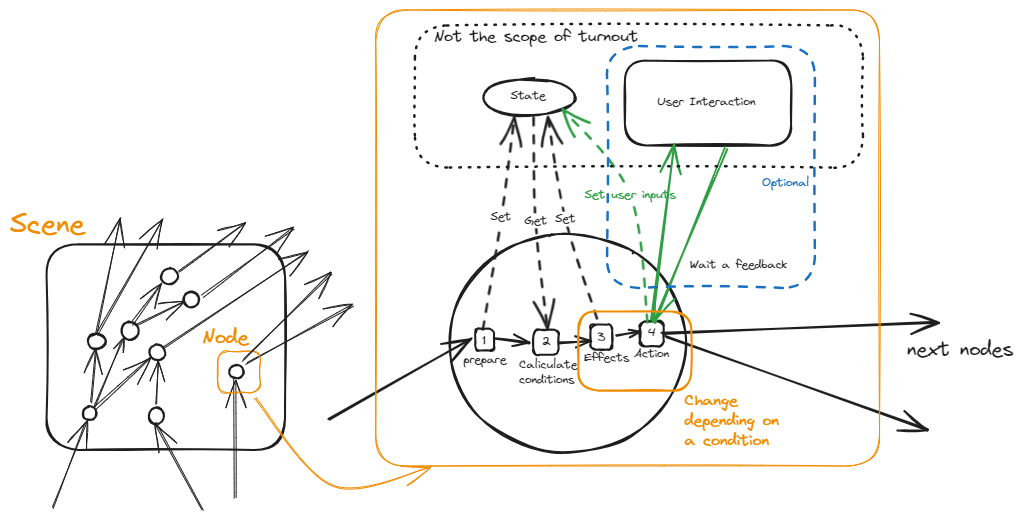
Before: src/ARCHITECTURE/knot.excalidraw.png, a diagram exported from Excalidraw (kozmof/turnout). Source tidied: one line per element, renumbered; positions are measured from the earlier drawing's top-left corner, leaving out a move shared by most shapes. Source of this version:
```json
{"id": 0, "type": "rectangle", "strokeColor": "#1e1e1e", "strokeWidth": 2, "roughness": 1, "round": true, "x": 37, "y": 234, "width": 238, "height": 206}
{"id": 1, "type": "text", "text": "Scene", "strokeColor": "#f08c00", "strokeWidth": 2, "roughness": 1, "fontSize": 28, "fontFamily": 1, "x": 0, "y": 197, "width": 75, "height": 35}
{"id": 2, "type": "ellipse", "strokeColor": "#1e1e1e", "strokeWidth": 2, "roughness": 1, "round": true, "x": 73, "y": 396, "width": 14, "height": 14}
{"id": 3, "type": "arrow", "strokeColor": "#1e1e1e", "strokeWidth": 1, "roughness": 1, "endArrowhead": "arrow", "round": true, "to": 2, "x": 42, "y": 499, "width": 35, "height": 88, "points": [[0, 0], [35, -88]]}
{"id": 4, "type": "arrow", "strokeColor": "#1e1e1e", "strokeWidth": 1, "roughness": 1, "endArrowhead": "arrow", "round": true, "from": 2, "to": 7, "x": 81, "y": 393, "width": 5, "height": 54, "points": [[0, 0], [5, -54]]}
{"id": 5, "type": "arrow", "strokeColor": "#1e1e1e", "strokeWidth": 1, "roughness": 1, "endArrowhead": "arrow", "round": true, "from": 2, "to": 8, "x": 84, "y": 396, "width": 29, "height": 67, "points": [[0, 0], [17, -38], [29, -67]]}
{"id": 6, "type": "arrow", "strokeColor": "#1e1e1e", "strokeWidth": 1, "roughness": 1, "endArrowhead": "arrow", "round": true, "from": 2, "x": 85, "y": 398, "width": 55, "height": 51, "points": [[0, 0], [55, -51]]}
{"id": 7, "type": "ellipse", "strokeColor": "#1e1e1e", "strokeWidth": 2, "roughness": 1, "round": true, "x": 78, "y": 324, "width": 18, "height": 16}
{"id": 8, "type": "ellipse", "strokeColor": "#1e1e1e", "strokeWidth": 2, "roughness": 1, "round": true, "x": 112, "y": 312, "width": 17, "height": 18}
{"id": 9, "type": "ellipse", "strokeColor": "#1e1e1e", "strokeWidth": 2, "roughness": 1, "round": true, "x": 139, "y": 334, "width": 16, "height": 16}
{"id": 10, "type": "arrow", "strokeColor": "#1e1e1e", "strokeWidth": 1, "roughness": 1, "endArrowhead": "arrow", "round": true, "from": 7, "to": 0, "x": 87, "y": 324, "width": 24, "height": 116, "points": [[0, 0], [24, -116]]}
{"id": 11, "type": "arrow", "strokeColor": "#1e1e1e", "strokeWidth": 1, "roughness": 1, "endArrowhead": "arrow", "round": true, "to": 0, "x": 88, "y": 326, "width": 65, "height": 117, "points": [[0, 0], [65, -117]]}
{"id": 12, "type": "arrow", "strokeColor": "#1e1e1e", "strokeWidth": 1, "roughness": 1, "endArrowhead": "arrow", "round": true, "to": 14, "x": 121, "y": 314, "width": 31, "height": 41, "points": [[0, 0], [31, -41]]}
{"id": 13, "type": "arrow", "strokeColor": "#1e1e1e", "strokeWidth": 1, "roughness": 1, "endArrowhead": "arrow", "round": true, "to": 16, "x": 126, "y": 316, "width": 48, "height": 24, "points": [[0, 0], [48, -24]]}
{"id": 14, "type": "ellipse", "strokeColor": "#1e1e1e", "strokeWidth": 2, "roughness": 1, "round": true, "x": 151, "y": 258, "width": 17, "height": 16}
{"id": 15, "type": "arrow", "strokeColor": "#1e1e1e", "strokeWidth": 1, "roughness": 1, "endArrowhead": "arrow", "round": true, "from": 14, "x": 168, "y": 262, "width": 67, "height": 48, "points": [[0, 0], [67, -48]]}
{"id": 16, "type": "ellipse", "strokeColor": "#1e1e1e", "strokeWidth": 2, "roughness": 1, "round": true, "x": 174, "y": 282, "width": 15, "height": 16}
{"id": 17, "type": "arrow", "strokeColor": "#1e1e1e", "strokeWidth": 1, "roughness": 1, "endArrowhead": "arrow", "round": true, "from": 16, "x": 191, "y": 286, "width": 93, "height": 67, "points": [[0, 0], [93, -67]]}
{"id": 18, "type": "arrow", "strokeColor": "#1e1e1e", "strokeWidth": 1, "roughness": 1, "endArrowhead": "arrow", "round": true, "to": 0, "x": 153, "y": 338, "width": 145, "height": 98, "points": [[0, 0], [145, -98]]}
{"id": 19, "type": "ellipse", "strokeColor": "#1e1e1e", "strokeWidth": 2, "roughness": 1, "round": true, "x": 139, "y": 398, "width": 15, "height": 17}
{"id": 20, "type": "arrow", "strokeColor": "#1e1e1e", "strokeWidth": 1, "roughness": 1, "endArrowhead": "arrow", "round": true, "x": 193, "y": 500, "width": 47, "height": 87, "points": [[0, 0], [-47, -87]]}
{"id": 21, "type": "arrow", "strokeColor": "#1e1e1e", "strokeWidth": 1, "roughness": 1, "endArrowhead": "arrow", "round": true, "from": 19, "to": 9, "x": 146, "y": 395, "width": 2, "height": 44, "points": [[0, 0], [2, -44]]}
{"id": 22, "type": "ellipse", "strokeColor": "#1e1e1e", "strokeWidth": 2, "roughness": 1, "round": true, "x": 219, "y": 355, "width": 15, "height": 13}
{"id": 23, "type": "arrow", "strokeColor": "#1e1e1e", "strokeWidth": 1, "roughness": 1, "endArrowhead": "arrow", "round": true, "to": 22, "x": 225, "y": 488, "width": 0, "height": 118, "points": [[0, 0], [0, -118]]}
{"id": 24, "type": "arrow", "strokeColor": "#1e1e1e", "strokeWidth": 1, "roughness": 1, "endArrowhead": "arrow", "round": true, "from": 22, "to": 64, "x": 237, "y": 354, "width": 107, "height": 58, "points": [[0, 0], [107, -58]]}
{"id": 25, "type": "ellipse", "strokeColor": "#1e1e1e", "strokeWidth": 2, "roughness": 1, "round": true, "x": 439, "y": 224, "width": 237, "height": 219}
{"id": 26, "type": "arrow", "strokeColor": "#1e1e1e", "strokeWidth": 2, "roughness": 1, "endArrowhead": "arrow", "round": true, "to": 40, "x": 319, "y": 409, "width": 142, "height": 80, "points": [[0, 0], [142, -80]]}
{"id": 27, "type": "rectangle", "strokeColor": "#1e1e1e", "strokeWidth": 2, "roughness": 1, "round": true, "x": 465, "y": 319, "width": 19, "height": 22}
{"id": 28, "type": "ellipse", "strokeColor": "#1e1e1e", "strokeWidth": 2, "roughness": 1, "round": true, "x": 472, "y": 69, "width": 92, "height": 37}
{"id": 29, "type": "text", "text": "State", "strokeColor": "#1e1e1e", "strokeWidth": 2, "roughness": 1, "fontSize": 11.92, "fontFamily": 1, "x": 500, "y": 79, "width": 35, "height": 15}
{"id": 30, "type": "arrow", "strokeColor": "#1e1e1e", "strokeWidth": 2, "strokeStyle": "dashed", "roughness": 1, "endArrowhead": "arrow", "round": true, "from": 40, "to": 29, "x": 472, "y": 318, "width": 31, "height": 211, "points": [[0, 0], [18, -110], [31, -211]]}
{"id": 31, "type": "text", "text": "Set", "strokeColor": "#1e1e1e", "strokeWidth": 2, "strokeStyle": "dashed", "roughness": 1, "fontSize": 11.92, "fontFamily": 1, "textAlign": "center", "verticalAlign": "middle", "inside": 30, "x": 776, "y": 352, "width": 21, "height": 15}
{"id": 32, "type": "text", "text": "prepare", "strokeColor": "#1e1e1e", "strokeWidth": 2, "roughness": 1, "fontSize": 11.92, "fontFamily": 1, "x": 453, "y": 343, "width": 43, "height": 15}
{"id": 33, "type": "arrow", "strokeColor": "#1e1e1e", "strokeWidth": 2, "roughness": 1, "endArrowhead": "arrow", "round": true, "from": 40, "to": 38, "x": 485, "y": 329, "width": 34, "height": 5, "points": [[0, 0], [34, 5]]}
{"id": 34, "type": "text", "text": "Caliculate\nconditions", "strokeColor": "#1e1e1e", "strokeWidth": 2, "roughness": 1, "fontSize": 11.92, "fontFamily": 1, "x": 509, "y": 348, "width": 58, "height": 30}
{"id": 35, "type": "arrow", "strokeColor": "#1e1e1e", "strokeWidth": 2, "strokeStyle": "dashed", "roughness": 1, "endArrowhead": "arrow", "round": true, "from": 29, "x": 524, "y": 108, "width": 15, "height": 213, "points": [[0, 0], [1, 103], [15, 213]]}
{"id": 36, "type": "text", "text": "Get", "strokeColor": "#1e1e1e", "strokeWidth": 2, "strokeStyle": "dashed", "roughness": 1, "fontSize": 11.92, "fontFamily": 1, "textAlign": "center", "verticalAlign": "middle", "inside": 35, "x": 844, "y": 360, "width": 23, "height": 15}
{"id": 37, "type": "arrow", "strokeColor": "#1e1e1e", "strokeWidth": 2, "roughness": 1, "endArrowhead": "arrow", "round": true, "from": 68, "to": 43, "x": 549, "y": 333, "width": 32, "height": 1, "points": [[0, 0], [32, -1]]}
{"id": 38, "type": "rectangle", "strokeColor": "#1e1e1e", "strokeWidth": 2, "roughness": 1, "round": true, "x": 523, "y": 320, "width": 25, "height": 25}
{"id": 39, "type": "text", "text": "2", "strokeColor": "#1e1e1e", "strokeWidth": 2, "roughness": 1, "fontSize": 11.92, "fontFamily": 1, "textAlign": "center", "verticalAlign": "middle", "inside": 38, "x": 532, "y": 325, "width": 8, "height": 15}
{"id": 40, "type": "text", "text": "1", "strokeColor": "#1e1e1e", "strokeWidth": 2, "roughness": 1, "fontSize": 11.92, "fontFamily": 1, "x": 472, "y": 324, "width": 3, "height": 15}
{"id": 41, "type": "rectangle", "strokeColor": "#1e1e1e", "strokeWidth": 2, "roughness": 1, "round": true, "x": 581, "y": 315, "width": 22, "height": 25}
{"id": 42, "type": "text", "text": "3", "strokeColor": "#1e1e1e", "strokeWidth": 2, "strokeStyle": "dashed", "roughness": 1, "fontSize": 11.92, "fontFamily": 1, "textAlign": "center", "verticalAlign": "middle", "inside": 41, "x": 587, "y": 320, "width": 8, "height": 15}
{"id": 43, "type": "text", "text": "Effects", "strokeColor": "#1e1e1e", "strokeWidth": 2, "roughness": 1, "fontSize": 11.92, "fontFamily": 1, "x": 574, "y": 341, "width": 45, "height": 15}
{"id": 44, "type": "arrow", "strokeColor": "#1e1e1e", "strokeWidth": 2, "strokeStyle": "dashed", "roughness": 1, "endArrowhead": "arrow", "round": true, "from": 60, "to": 29, "x": 588, "y": 310, "width": 50, "height": 202, "points": [[0, 0], [-33, -101], [-50, -202]]}
{"id": 45, "type": "text", "text": "Set", "strokeColor": "#1e1e1e", "strokeWidth": 2, "strokeStyle": "dashed", "roughness": 1, "fontSize": 11.92, "fontFamily": 1, "textAlign": "center", "verticalAlign": "middle", "inside": 44, "x": 898, "y": 342, "width": 21, "height": 15}
{"id": 46, "type": "rectangle", "strokeColor": "#1e1e1e", "strokeWidth": 2, "roughness": 1, "round": true, "x": 615, "y": 51, "width": 166, "height": 85}
{"id": 47, "type": "text", "text": "User Interaction", "strokeColor": "#1e1e1e", "strokeWidth": 2, "roughness": 1, "fontSize": 11.92, "fontFamily": 1, "x": 647, "y": 85, "width": 99, "height": 15}
{"id": 48, "type": "rectangle", "strokeColor": "#1e1e1e", "strokeWidth": 2, "roughness": 1, "round": true, "x": 630, "y": 311, "width": 24, "height": 25}
{"id": 49, "type": "text", "text": "4", "strokeColor": "#1e1e1e", "strokeWidth": 2, "roughness": 1, "fontSize": 11.92, "fontFamily": 1, "textAlign": "center", "verticalAlign": "middle", "inside": 48, "x": 638, "y": 316, "width": 8, "height": 15}
{"id": 50, "type": "arrow", "strokeColor": "#1e1e1e", "strokeWidth": 2, "roughness": 1, "endArrowhead": "arrow", "round": true, "from": 43, "to": 51, "x": 607, "y": 326, "width": 22, "height": 4, "points": [[0, 0], [22, -4]]}
{"id": 51, "type": "text", "text": "Action", "strokeColor": "#1e1e1e", "strokeWidth": 2, "roughness": 1, "fontSize": 11.92, "fontFamily": 1, "x": 624, "y": 337, "width": 35, "height": 15}
{"id": 52, "type": "arrow", "strokeColor": "#1e1e1e", "strokeWidth": 2, "roughness": 1, "endArrowhead": "arrow", "round": true, "from": 51, "to": 54, "x": 653, "y": 324, "width": 274, "height": 12, "points": [[0, 0], [274, -12]]}
{"id": 53, "type": "arrow", "strokeColor": "#1e1e1e", "strokeWidth": 2, "roughness": 1, "endArrowhead": "arrow", "round": true, "from": 51, "x": 656, "y": 328, "width": 261, "height": 92, "points": [[0, 0], [261, 92]]}
{"id": 54, "type": "text", "text": "next nodes", "strokeColor": "#1e1e1e", "strokeWidth": 2, "roughness": 1, "fontSize": 20, "fontFamily": 1, "x": 897, "y": 327, "width": 106, "height": 25}
{"id": 55, "type": "arrow", "strokeColor": "#2f9e44", "strokeWidth": 2, "roughness": 1, "endArrowhead": "arrow", "round": true, "from": 48, "x": 642, "y": 311, "width": 21, "height": 176, "points": [[0, 0], [21, -176]]}
{"id": 56, "type": "arrow", "strokeColor": "#2f9e44", "strokeWidth": 2, "roughness": 1, "endArrowhead": "arrow", "round": true, "from": 46, "x": 715, "y": 138, "width": 70, "height": 175, "points": [[0, 0], [-70, 175]]}
{"id": 57, "type": "arrow", "strokeColor": "#2f9e44", "strokeWidth": 2, "strokeStyle": "dashed", "roughness": 1, "endArrowhead": "arrow", "round": true, "x": 637, "y": 314, "width": 85, "height": 215, "points": [[0, 0], [-17, -129], [-85, -215]]}
{"id": 58, "type": "text", "text": "Set user inputs", "strokeColor": "#2f9e44", "strokeWidth": 2, "strokeStyle": "dashed", "roughness": 1, "fontSize": 11.92, "fontFamily": 1, "textAlign": "center", "verticalAlign": "middle", "inside": 57, "x": 934, "y": 327, "width": 91, "height": 15}
{"id": 59, "type": "text", "text": "Wait a feedback", "strokeColor": "#1e1e1e", "strokeWidth": 2, "strokeStyle": "dashed", "roughness": 1, "fontSize": 11.92, "fontFamily": 1, "x": 680, "y": 248, "width": 97, "height": 15}
{"id": 60, "type": "rectangle", "strokeColor": "#1971c2", "strokeWidth": 2, "strokeStyle": "dashed", "roughness": 1, "round": true, "x": 597, "y": 36, "width": 208, "height": 242}
{"id": 61, "type": "text", "text": "Optional", "strokeColor": "#1971c2", "strokeWidth": 2, "strokeStyle": "dashed", "roughness": 1, "fontSize": 11.92, "fontFamily": 1, "x": 752, "y": 166, "width": 47, "height": 15}
{"id": 62, "type": "rectangle", "strokeColor": "#f08c00", "strokeWidth": 1, "roughness": 1, "round": true, "x": 208, "y": 341, "width": 43, "height": 42}
{"id": 63, "type": "arrow", "strokeColor": "#f08c00", "strokeWidth": 1, "roughness": 1, "endArrowhead": "arrow", "round": true, "from": 62, "to": 64, "x": 245, "y": 387, "width": 177, "height": 88, "points": [[0, 0], [78, 88], [177, 71]]}
{"id": 64, "type": "rectangle", "strokeColor": "#f08c00", "strokeWidth": 1, "roughness": 1, "round": true, "x": 366, "y": 0, "width": 504, "height": 456}
{"id": 65, "type": "arrow", "strokeColor": "#1e1e1e", "strokeWidth": 1, "roughness": 1, "endArrowhead": "arrow", "round": true, "from": 22, "x": 232, "y": 350, "width": 90, "height": 86, "points": [[0, 0], [90, -86]]}
{"id": 66, "type": "rectangle", "strokeColor": "#1e1e1e", "strokeWidth": 2, "strokeStyle": "dotted", "roughness": 1, "round": true, "x": 405, "y": 15, "width": 448, "height": 142}
{"id": 67, "type": "text", "text": "Not the scope of turnout", "strokeColor": "#1e1e1e", "strokeWidth": 2, "strokeStyle": "dotted", "roughness": 1, "fontSize": 16, "fontFamily": 1, "x": 424, "y": 17, "width": 204, "height": 20}
{"id": 68, "type": "rectangle", "strokeColor": "#f08c00", "strokeWidth": 2, "roughness": 1, "round": true, "x": 568, "y": 302, "width": 113, "height": 79}
{"id": 69, "type": "text", "text": "Change\ndepending on\na condition\n", "strokeColor": "#f08c00", "strokeWidth": 2, "roughness": 1, "fontSize": 16, "fontFamily": 1, "x": 674, "y": 381, "width": 94, "height": 80}
{"id": 70, "type": "text", "text": "Node", "strokeColor": "#f08c00", "strokeWidth": 2, "roughness": 1, "fontSize": 20, "fontFamily": 1, "x": 192, "y": 315, "width": 46, "height": 25}
```
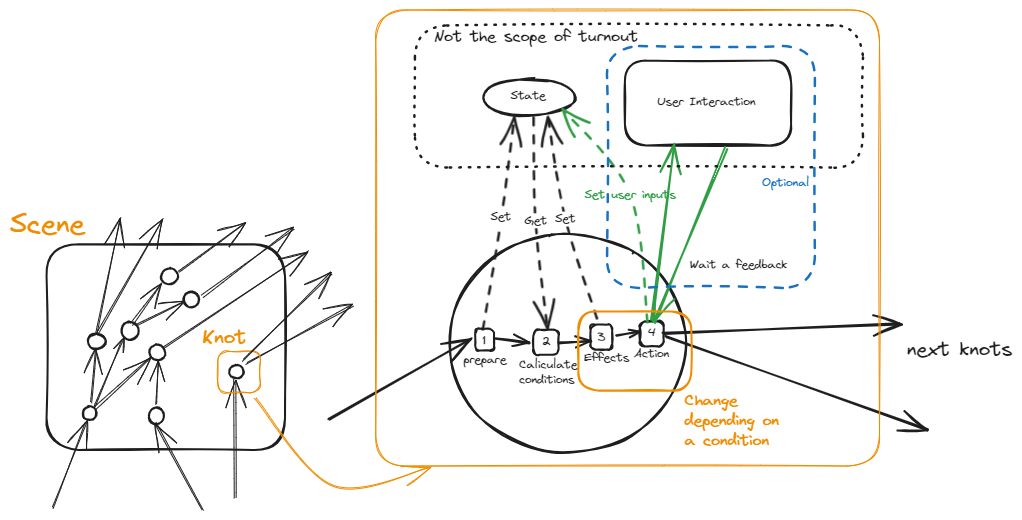
After the change.

The edit, as a diff of the source:
```diff
@@ -45,14 +45,14 @@
 {"id": 44, "type": "arrow", "strokeColor": "#1e1e1e", "strokeWidth": 2, "strokeStyle": "dashed", "roughness": 1, "endArrowhead": "arrow", "round": true, "from": 60, "to": 29, "x": 588, "y": 310, "width": 50, "height": 202, "points": [[0, 0], [-33, -101], [-50, -202]]}
 {"id": 45, "type": "text", "text": "Set", "strokeColor": "#1e1e1e", "strokeWidth": 2, "strokeStyle": "dashed", "roughness": 1, "fontSize": 11.92, "fontFamily": 1, "textAlign": "center", "verticalAlign": "middle", "inside": 44, "x": 898, "y": 342, "width": 21, "height": 15}
 {"id": 46, "type": "rectangle", "strokeColor": "#1e1e1e", "strokeWidth": 2, "roughness": 1, "round": true, "x": 615, "y": 51, "width": 166, "height": 85}
-{"id": 47, "type": "text", "text": "User Interaction", "strokeColor": "#1e1e1e", "strokeWidth": 2, "roughness": 1, "fontSize": 11.92, "fontFamily": 1, "x": 647, "y": 85, "width": 99, "height": 15}
+{"id": 47, "type": "text", "text": "User Interaction", "strokeColor": "#1e1e1e", "strokeWidth": 2, "roughness": 1, "fontSize": 11.92, "fontFamily": 1, "x": 647, "y": 85, "width": 98, "height": 15}
 {"id": 48, "type": "rectangle", "strokeColor": "#1e1e1e", "strokeWidth": 2, "roughness": 1, "round": true, "x": 630, "y": 311, "width": 24, "height": 25}
 {"id": 49, "type": "text", "text": "4", "strokeColor": "#1e1e1e", "strokeWidth": 2, "roughness": 1, "fontSize": 11.92, "fontFamily": 1, "textAlign": "center", "verticalAlign": "middle", "inside": 48, "x": 638, "y": 316, "width": 8, "height": 15}
 {"id": 50, "type": "arrow", "strokeColor": "#1e1e1e", "strokeWidth": 2, "roughness": 1, "endArrowhead": "arrow", "round": true, "from": 43, "to": 51, "x": 607, "y": 326, "width": 22, "height": 4, "points": [[0, 0], [22, -4]]}
 {"id": 51, "type": "text", "text": "Action", "strokeColor": "#1e1e1e", "strokeWidth": 2, "roughness": 1, "fontSize": 11.92, "fontFamily": 1, "x": 624, "y": 337, "width": 35, "height": 15}
-{"id": 52, "type": "arrow", "strokeColor": "#1e1e1e", "strokeWidth": 2, "roughness": 1, "endArrowhead": "arrow", "round": true, "from": 51, "to": 54, "x": 653, "y": 324, "width": 274, "height": 12, "points": [[0, 0], [274, -12]]}
+{"id": 52, "type": "arrow", "strokeColor": "#1e1e1e", "strokeWidth": 2, "roughness": 1, "endArrowhead": "arrow", "round": true, "from": 51, "to": 54, "x": 654, "y": 324, "width": 236, "height": 10, "points": [[0, 0], [236, -10]]}
 {"id": 53, "type": "arrow", "strokeColor": "#1e1e1e", "strokeWidth": 2, "roughness": 1, "endArrowhead": "arrow", "round": true, "from": 51, "x": 656, "y": 328, "width": 261, "height": 92, "points": [[0, 0], [261, 92]]}
-{"id": 54, "type": "text", "text": "next nodes", "strokeColor": "#1e1e1e", "strokeWidth": 2, "roughness": 1, "fontSize": 20, "fontFamily": 1, "x": 897, "y": 327, "width": 106, "height": 25}
+{"id": 54, "type": "text", "text": "next knots", "strokeColor": "#1e1e1e", "strokeWidth": 2, "roughness": 1, "fontSize": 20, "fontFamily": 1, "x": 897, "y": 327, "width": 105, "height": 25}
 {"id": 55, "type": "arrow", "strokeColor": "#2f9e44", "strokeWidth": 2, "roughness": 1, "endArrowhead": "arrow", "round": true, "from": 48, "x": 642, "y": 311, "width": 21, "height": 176, "points": [[0, 0], [21, -176]]}
 {"id": 56, "type": "arrow", "strokeColor": "#2f9e44", "strokeWidth": 2, "roughness": 1, "endArrowhead": "arrow", "round": true, "from": 46, "x": 715, "y": 138, "width": 70, "height": 175, "points": [[0, 0], [-70, 175]]}
 {"id": 57, "type": "arrow", "strokeColor": "#2f9e44", "strokeWidth": 2, "strokeStyle": "dashed", "roughness": 1, "endArrowhead": "arrow", "round": true, "x": 637, "y": 314, "width": 85, "height": 215, "points": [[0, 0], [-17, -129], [-85, -215]]}
@@ -68,4 +68,4 @@
 {"id": 67, "type": "text", "text": "Not the scope of turnout", "strokeColor": "#1e1e1e", "strokeWidth": 2, "strokeStyle": "dotted", "roughness": 1, "fontSize": 16, "fontFamily": 1, "x": 424, "y": 17, "width": 204, "height": 20}
 {"id": 68, "type": "rectangle", "strokeColor": "#f08c00", "strokeWidth": 2, "roughness": 1, "round": true, "x": 568, "y": 302, "width": 113, "height": 79}
 {"id": 69, "type": "text", "text": "Change\ndepending on\na condition\n", "strokeColor": "#f08c00", "strokeWidth": 2, "roughness": 1, "fontSize": 16, "fontFamily": 1, "x": 674, "y": 381, "width": 94, "height": 80}
-{"id": 70, "type": "text", "text": "Node", "strokeColor": "#f08c00", "strokeWidth": 2, "roughness": 1, "fontSize": 20, "fontFamily": 1, "x": 192, "y": 315, "width": 46, "height": 25}
+{"id": 70, "type": "text", "text": "Knot", "strokeColor": "#f08c00", "strokeWidth": 2, "roughness": 1, "fontSize": 20, "fontFamily": 1, "x": 192, "y": 315, "width": 44, "height": 25}
```
